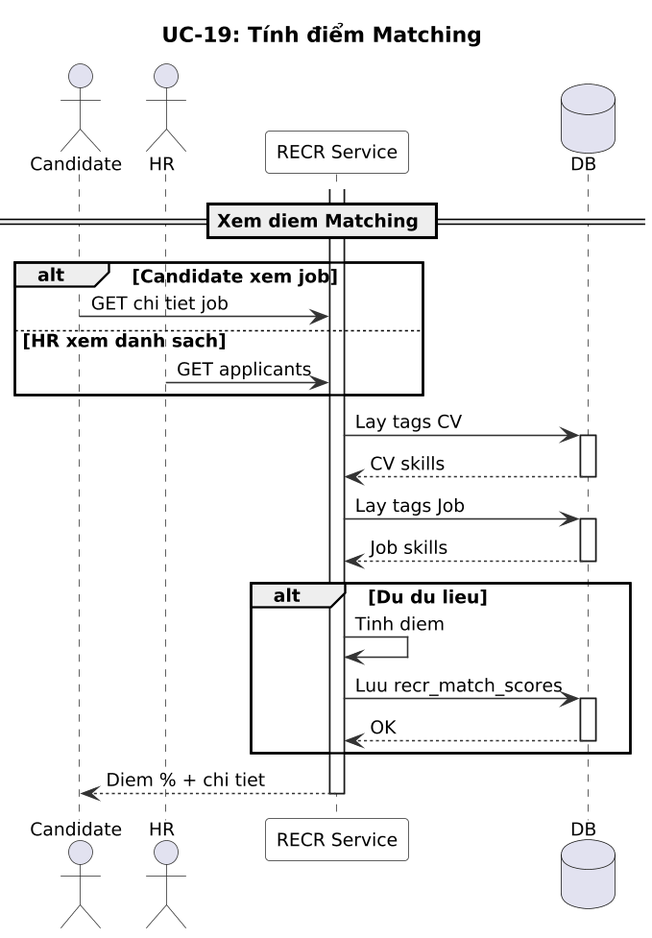
Before: modules/recr/images/sequence/uc19-matching-score-sequence.png, a diagram exported from PlantUML (namnh240795/document).
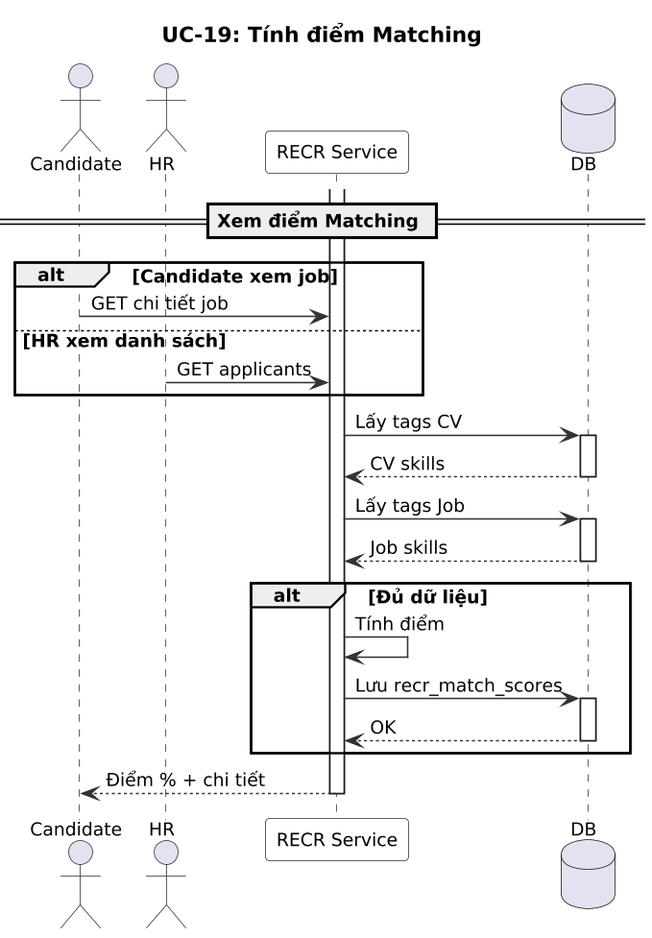
Later version of the same file.

The edit, as a diff of the source:
```diff
@@ -18,34 +18,34 @@
 participant "RECR Service" as R
 database "DB" as DB
 
-== Xem diem Matching ==
+== Xem điểm Matching ==
 
 alt Candidate xem job
-  C -> R : GET chi tiet job
-else HR xem danh sach
+  C -> R : GET chi tiết job
+else HR xem danh sách
   HR -> R : GET applicants
 end
 activate R
 
-R -> DB : Lay tags CV
+R -> DB : Lấy tags CV
 activate DB
 DB --> R : CV skills
 deactivate DB
 
-R -> DB : Lay tags Job
+R -> DB : Lấy tags Job
 activate DB
 DB --> R : Job skills
 deactivate DB
 
-alt Du du lieu
-  R -> R : Tinh diem
-  R -> DB : Luu recr_match_scores
+alt Đủ dữ liệu
+  R -> R : Tính điểm
+  R -> DB : Lưu recr_match_scores
   activate DB
   DB --> R : OK
   deactivate DB
 end
 
-R --> C : Diem % + chi tiet
+R --> C : Điểm % + chi tiết
 deactivate R
 
 @enduml
```
